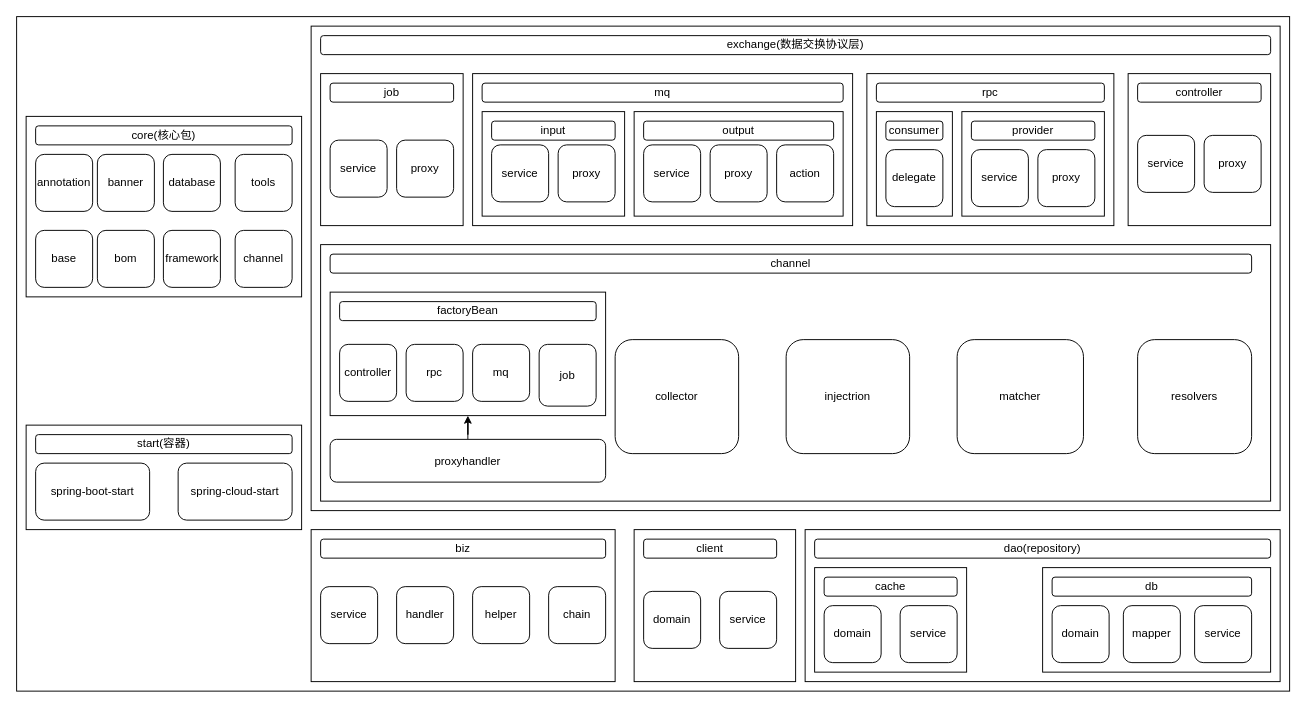
Before: 未命名绘图.drawio in stoneNyKing/design, a draw.io diagram. Source tidied: cells renumbered, new cells numbered last; positions are measured from the earlier drawing's top-left corner, leaving out a move shared by most shapes. Both pictures are drawn from the tidied source at 95%, with x=0, y=0 at pixel (16, 16).
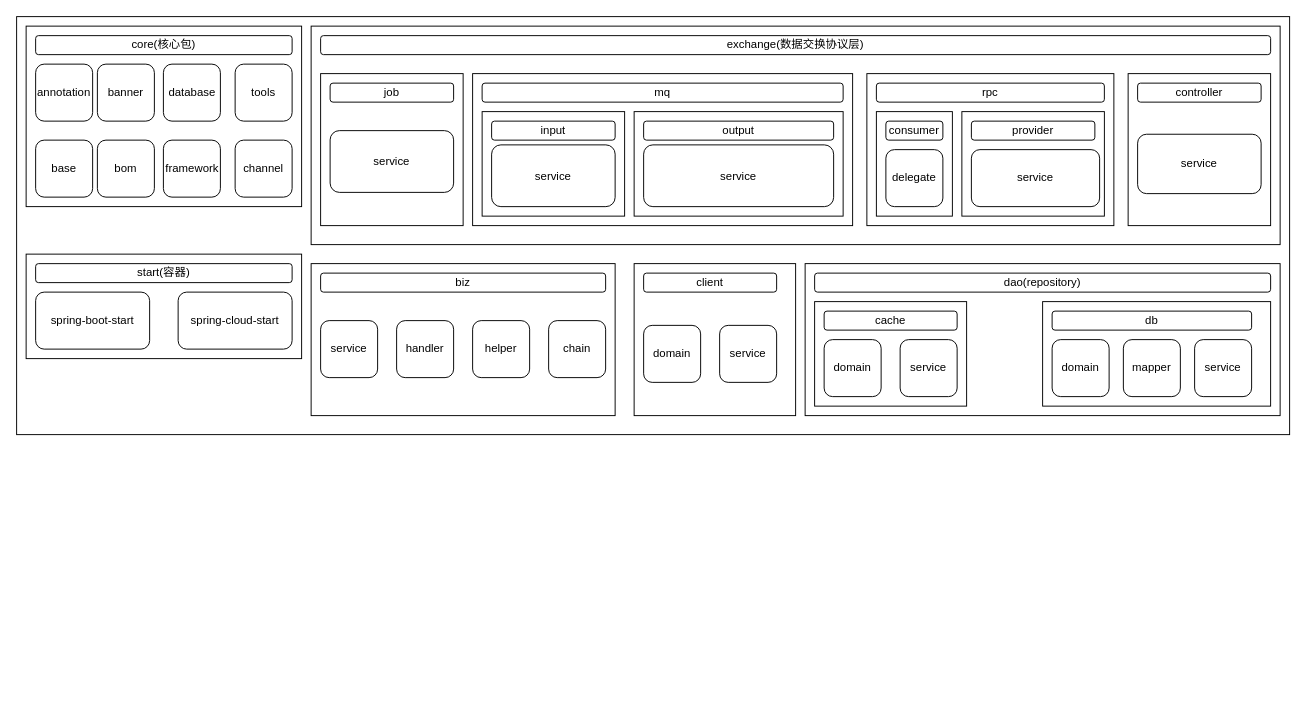
The same page after the edit.

Commit message:
更新未命名绘图.drawio

What changed in the source:
```diff
@@
     <mxCell id="2" style="whiteSpace=wrap;html=1;" parent="1" vertex="1">
-      <mxGeometry width="1340" height="710" as="geometry" />
+      <mxGeometry width="1340" height="440" as="geometry" />
     </mxCell>
     <mxCell id="3" style="rounded=0;whiteSpace=wrap;html=1;" parent="1" vertex="1">
-      <mxGeometry x="10" y="105" width="290" height="190" as="geometry" />
+      <mxGeometry x="10" y="10" width="290" height="190" as="geometry" />
     </mxCell>
     <mxCell id="4" value="core(核心包)" style="rounded=1;whiteSpace=wrap;html=1;" parent="1" vertex="1">
-      <mxGeometry x="20" y="115" width="270" height="20" as="geometry" />
+      <mxGeometry x="20" y="20" width="270" height="20" as="geometry" />
     </mxCell>
     <mxCell id="5" value="annotation" style="whiteSpace=wrap;html=1;rounded=1;" parent="1" vertex="1">
-      <mxGeometry x="20" y="145" width="60" height="60" as="geometry" />
+      <mxGeometry x="20" y="50" width="60" height="60" as="geometry" />
     </mxCell>
     <mxCell id="6" value="banner" style="whiteSpace=wrap;html=1;rounded=1;" parent="1" vertex="1">
-      <mxGeometry x="85" y="145" width="60" height="60" as="geometry" />
+      <mxGeometry x="85" y="50" width="60" height="60" as="geometry" />
     </mxCell>
     <mxCell id="7" value="database" style="whiteSpace=wrap;html=1;rounded=1;" parent="1" vertex="1">
-      <mxGeometry x="154.5" y="145" width="60" height="60" as="geometry" />
+      <mxGeometry x="154.5" y="50" width="60" height="60" as="geometry" />
     </mxCell>
     <mxCell id="8" value="tools" style="whiteSpace=wrap;html=1;rounded=1;" parent="1" vertex="1">
-      <mxGeometry x="230" y="145" width="60" height="60" as="geometry" />
+      <mxGeometry x="230" y="50" width="60" height="60" as="geometry" />
     </mxCell>
     <mxCell id="9" value="base" style="whiteSpace=wrap;html=1;rounded=1;" parent="1" vertex="1">
-      <mxGeometry x="20" y="225" width="60" height="60" as="geometry" />
+      <mxGeometry x="20" y="130" width="60" height="60" as="geometry" />
     </mxCell>
     <mxCell id="10" value="bom" style="whiteSpace=wrap;html=1;rounded=1;" parent="1" vertex="1">
-      <mxGeometry x="85" y="225" width="60" height="60" as="geometry" />
+      <mxGeometry x="85" y="130" width="60" height="60" as="geometry" />
     </mxCell>
     <mxCell id="11" value="framework" style="whiteSpace=wrap;html=1;rounded=1;" parent="1" vertex="1">
-      <mxGeometry x="154.5" y="225" width="60" height="60" as="geometry" />
+      <mxGeometry x="154.5" y="130" width="60" height="60" as="geometry" />
     </mxCell>
     <mxCell id="12" value="channel" style="whiteSpace=wrap;html=1;rounded=1;" parent="1" vertex="1">
-      <mxGeometry x="230" y="225" width="60" height="60" as="geometry" />
+      <mxGeometry x="230" y="130" width="60" height="60" as="geometry" />
     </mxCell>
     <mxCell id="13" style="rounded=0;whiteSpace=wrap;html=1;" parent="1" vertex="1">
-      <mxGeometry x="10" y="430" width="290" height="110" as="geometry" />
+      <mxGeometry x="10" y="250" width="290" height="110" as="geometry" />
     </mxCell>
     <mxCell id="14" value="start(容器)" style="rounded=1;whiteSpace=wrap;html=1;" parent="1" vertex="1">
-      <mxGeometry x="20" y="440" width="270" height="20" as="geometry" />
+      <mxGeometry x="20" y="260" width="270" height="20" as="geometry" />
     </mxCell>
     <mxCell id="15" value="spring-boot-start" style="rounded=1;whiteSpace=wrap;html=1;" parent="1" vertex="1">
-      <mxGeometry x="20" y="470" width="120" height="60" as="geometry" />
+      <mxGeometry x="20" y="290" width="120" height="60" as="geometry" />
     </mxCell>
     <mxCell id="16" value="spring-cloud-start" style="rounded=1;whiteSpace=wrap;html=1;" parent="1" vertex="1">
-      <mxGeometry x="170" y="470" width="120" height="60" as="geometry" />
+      <mxGeometry x="170" y="290" width="120" height="60" as="geometry" />
     </mxCell>
     <mxCell id="17" style="rounded=0;whiteSpace=wrap;html=1;" parent="1" vertex="1">
-      <mxGeometry x="310" y="540" width="320" height="160" as="geometry" />
+      <mxGeometry x="310" y="260" width="320" height="160" as="geometry" />
     </mxCell>
     <mxCell id="18" value="biz" style="rounded=1;whiteSpace=wrap;html=1;" parent="1" vertex="1">
-      <mxGeometry x="320" y="550" width="300" height="20" as="geometry" />
+      <mxGeometry x="320" y="270" width="300" height="20" as="geometry" />
     </mxCell>
     <mxCell id="19" value="service" style="rounded=1;whiteSpace=wrap;html=1;" parent="1" vertex="1">
-      <mxGeometry x="320" y="600" width="60" height="60" as="geometry" />
+      <mxGeometry x="320" y="320" width="60" height="60" as="geometry" />
     </mxCell>
     <mxCell id="20" value="handler" style="rounded=1;whiteSpace=wrap;html=1;" parent="1" vertex="1">
-      <mxGeometry x="400" y="600" width="60" height="60" as="geometry" />
+      <mxGeometry x="400" y="320" width="60" height="60" as="geometry" />
     </mxCell>
     <mxCell id="21" value="helper" style="rounded=1;whiteSpace=wrap;html=1;" parent="1" vertex="1">
-      <mxGeometry x="480" y="600" width="60" height="60" as="geometry" />
+      <mxGeometry x="480" y="320" width="60" height="60" as="geometry" />
     </mxCell>
     <mxCell id="22" value="chain" style="rounded=1;whiteSpace=wrap;html=1;" parent="1" vertex="1">
-      <mxGeometry x="560" y="600" width="60" height="60" as="geometry" />
+      <mxGeometry x="560" y="320" width="60" height="60" as="geometry" />
     </mxCell>
     <mxCell id="23" style="rounded=0;whiteSpace=wrap;html=1;" parent="1" vertex="1">
-      <mxGeometry x="650" y="540" width="170" height="160" as="geometry" />
+      <mxGeometry x="650" y="260" width="170" height="160" as="geometry" />
     </mxCell>
     <mxCell id="24" value="client" style="rounded=1;whiteSpace=wrap;html=1;" parent="1" vertex="1">
-      <mxGeometry x="660" y="550" width="140" height="20" as="geometry" />
+      <mxGeometry x="660" y="270" width="140" height="20" as="geometry" />
     </mxCell>
     <mxCell id="25" value="domain" style="rounded=1;whiteSpace=wrap;html=1;" parent="1" vertex="1">
-      <mxGeometry x="660" y="605" width="60" height="60" as="geometry" />
+      <mxGeometry x="660" y="325" width="60" height="60" as="geometry" />
     </mxCell>
     <mxCell id="26" value="service" style="rounded=1;whiteSpace=wrap;html=1;" parent="1" vertex="1">
-      <mxGeometry x="740" y="605" width="60" height="60" as="geometry" />
+      <mxGeometry x="740" y="325" width="60" height="60" as="geometry" />
     </mxCell>
     <mxCell id="27" style="rounded=0;whiteSpace=wrap;html=1;" parent="1" vertex="1">
-      <mxGeometry x="830" y="540" width="500" height="160" as="geometry" />
+      <mxGeometry x="830" y="260" width="500" height="160" as="geometry" />
     </mxCell>
     <mxCell id="28" value="dao(repository)" style="rounded=1;whiteSpace=wrap;html=1;" parent="1" vertex="1">
-      <mxGeometry x="840" y="550" width="480" height="20" as="geometry" />
+      <mxGeometry x="840" y="270" width="480" height="20" as="geometry" />
     </mxCell>
     <mxCell id="29" style="rounded=0;whiteSpace=wrap;html=1;" parent="1" vertex="1">
-      <mxGeometry x="840" y="580" width="160" height="110" as="geometry" />
+      <mxGeometry x="840" y="300" width="160" height="110" as="geometry" />
     </mxCell>
     <mxCell id="30" value="cache" style="rounded=1;whiteSpace=wrap;html=1;" parent="1" vertex="1">
-      <mxGeometry x="850" y="590" width="140" height="20" as="geometry" />
+      <mxGeometry x="850" y="310" width="140" height="20" as="geometry" />
     </mxCell>
     <mxCell id="31" style="rounded=0;whiteSpace=wrap;html=1;" parent="1" vertex="1">
-      <mxGeometry x="1080" y="580" width="240" height="110" as="geometry" />
+      <mxGeometry x="1080" y="300" width="240" height="110" as="geometry" />
     </mxCell>
     <mxCell id="32" value="domain" style="rounded=1;whiteSpace=wrap;html=1;" parent="1" vertex="1">
-      <mxGeometry x="850" y="620" width="60" height="60" as="geometry" />
+      <mxGeometry x="850" y="340" width="60" height="60" as="geometry" />
     </mxCell>
     <mxCell id="33" value="service" style="rounded=1;whiteSpace=wrap;html=1;" parent="1" vertex="1">
-      <mxGeometry x="930" y="620" width="60" height="60" as="geometry" />
+      <mxGeometry x="930" y="340" width="60" height="60" as="geometry" />
     </mxCell>
     <mxCell id="34" value="db" style="rounded=1;whiteSpace=wrap;html=1;" parent="1" vertex="1">
-      <mxGeometry x="1090" y="590" width="210" height="20" as="geometry" />
+      <mxGeometry x="1090" y="310" width="210" height="20" as="geometry" />
     </mxCell>
     <mxCell id="35" value="domain" style="rounded=1;whiteSpace=wrap;html=1;" parent="1" vertex="1">
-      <mxGeometry x="1090" y="620" width="60" height="60" as="geometry" />
+      <mxGeometry x="1090" y="340" width="60" height="60" as="geometry" />
     </mxCell>
     <mxCell id="36" value="mapper" style="rounded=1;whiteSpace=wrap;html=1;" parent="1" vertex="1">
-      <mxGeometry x="1165" y="620" width="60" height="60" as="geometry" />
+      <mxGeometry x="1165" y="340" width="60" height="60" as="geometry" />
     </mxCell>
     <mxCell id="37" value="service" style="rounded=1;whiteSpace=wrap;html=1;" parent="1" vertex="1">
-      <mxGeometry x="1240" y="620" width="60" height="60" as="geometry" />
+      <mxGeometry x="1240" y="340" width="60" height="60" as="geometry" />
     </mxCell>
     <mxCell id="38" style="rounded=0;whiteSpace=wrap;html=1;" parent="1" vertex="1">
-      <mxGeometry x="310" y="10" width="1020" height="510" as="geometry" />
+      <mxGeometry x="310" y="10" width="1020" height="230" as="geometry" />
     </mxCell>
@@
     <mxCell id="48" value="service" style="rounded=1;whiteSpace=wrap;html=1;" parent="1" vertex="1">
-      <mxGeometry x="1005" y="140" width="60" height="60" as="geometry" />
+      <mxGeometry x="1005" y="140" width="135" height="60" as="geometry" />
     </mxCell>
-    <mxCell id="49" value="proxy" style="rounded=1;whiteSpace=wrap;html=1;" parent="1" vertex="1">
-      <mxGeometry x="1075" y="140" width="60" height="60" as="geometry" />
-    </mxCell>
@@
     <mxCell id="53" value="service" style="rounded=1;whiteSpace=wrap;html=1;" parent="1" vertex="1">
-      <mxGeometry x="330" y="130" width="60" height="60" as="geometry" />
+      <mxGeometry x="330" y="120" width="130" height="65" as="geometry" />
     </mxCell>
-    <mxCell id="54" value="proxy" style="rounded=1;whiteSpace=wrap;html=1;" parent="1" vertex="1">
-      <mxGeometry x="400" y="130" width="60" height="60" as="geometry" />
-    </mxCell>
@@
     <mxCell id="57" value="service" style="rounded=1;whiteSpace=wrap;html=1;" parent="1" vertex="1">
-      <mxGeometry x="500" y="135" width="60" height="60" as="geometry" />
+      <mxGeometry x="500" y="135" width="130" height="65" as="geometry" />
     </mxCell>
-    <mxCell id="58" value="proxy" style="rounded=1;whiteSpace=wrap;html=1;" parent="1" vertex="1">
-      <mxGeometry x="570" y="135" width="60" height="60" as="geometry" />
-    </mxCell>
@@
     <mxCell id="61" value="service" style="rounded=1;whiteSpace=wrap;html=1;" parent="1" vertex="1">
-      <mxGeometry x="660" y="135" width="60" height="60" as="geometry" />
+      <mxGeometry x="660" y="135" width="200" height="65" as="geometry" />
     </mxCell>
-    <mxCell id="62" value="proxy" style="rounded=1;whiteSpace=wrap;html=1;" parent="1" vertex="1">
-      <mxGeometry x="730" y="135" width="60" height="60" as="geometry" />
-    </mxCell>
-    <mxCell id="63" value="action" style="rounded=1;whiteSpace=wrap;html=1;" parent="1" vertex="1">
-      <mxGeometry x="800" y="135" width="60" height="60" as="geometry" />
-    </mxCell>
@@
     <mxCell id="66" value="service" style="rounded=1;whiteSpace=wrap;html=1;" parent="1" vertex="1">
-      <mxGeometry x="1180" y="125" width="60" height="60" as="geometry" />
+      <mxGeometry x="1180" y="123.8" width="130" height="62.5" as="geometry" />
     </mxCell>
-    <mxCell id="67" value="proxy" style="rounded=1;whiteSpace=wrap;html=1;" parent="1" vertex="1">
-      <mxGeometry x="1250" y="125" width="60" height="60" as="geometry" />
-    </mxCell>
-    <mxCell id="68" style="rounded=0;whiteSpace=wrap;html=1;" parent="1" vertex="1">
-      <mxGeometry x="320" y="240" width="1000" height="270" as="geometry" />
-    </mxCell>
-    <mxCell id="69" value="channel" style="rounded=1;whiteSpace=wrap;html=1;" parent="1" vertex="1">
-      <mxGeometry x="330" y="250" width="970" height="20" as="geometry" />
-    </mxCell>
-    <mxCell id="70" value="collector" style="rounded=1;whiteSpace=wrap;html=1;" parent="1" vertex="1">
-      <mxGeometry x="630" y="340" width="130" height="120" as="geometry" />
-    </mxCell>
-    <mxCell id="71" value="injectrion" style="rounded=1;whiteSpace=wrap;html=1;" parent="1" vertex="1">
-      <mxGeometry x="810" y="340" width="130" height="120" as="geometry" />
-    </mxCell>
-    <mxCell id="72" value="matcher" style="rounded=1;whiteSpace=wrap;html=1;" parent="1" vertex="1">
-      <mxGeometry x="990" y="340" width="133" height="120" as="geometry" />
-    </mxCell>
-    <mxCell id="73" value="resolvers" style="rounded=1;whiteSpace=wrap;html=1;" parent="1" vertex="1">
-      <mxGeometry x="1180" y="340" width="120" height="120" as="geometry" />
-    </mxCell>
-    <mxCell id="74" style="rounded=0;whiteSpace=wrap;html=1;" parent="1" vertex="1">
-      <mxGeometry x="330" y="290" width="290" height="130" as="geometry" />
-    </mxCell>
-    <mxCell id="75" value="factoryBean" style="rounded=1;whiteSpace=wrap;html=1;" parent="1" vertex="1">
-      <mxGeometry x="340" y="300" width="270" height="20" as="geometry" />
-    </mxCell>
-    <mxCell id="76" value="controller" style="rounded=1;whiteSpace=wrap;html=1;" parent="1" vertex="1">
-      <mxGeometry x="340" y="345" width="60" height="60" as="geometry" />
-    </mxCell>
-    <mxCell id="77" value="rpc" style="rounded=1;whiteSpace=wrap;html=1;" parent="1" vertex="1">
-      <mxGeometry x="410" y="345" width="60" height="60" as="geometry" />
-    </mxCell>
-    <mxCell id="78" value="mq" style="rounded=1;whiteSpace=wrap;html=1;" parent="1" vertex="1">
-      <mxGeometry x="480" y="345" width="60" height="60" as="geometry" />
-    </mxCell>
-    <mxCell id="79" value="job" style="rounded=1;whiteSpace=wrap;html=1;" parent="1" vertex="1">
-      <mxGeometry x="550" y="345" width="60" height="65" as="geometry" />
-    </mxCell>
-    <mxCell id="80" style="edgeStyle=orthogonalEdgeStyle;rounded=0;jettySize=auto;html=1;entryX=0.5;entryY=1;entryDx=0;entryDy=0;" parent="1" edge="1" source="81" target="74">
-      <mxGeometry relative="1" as="geometry" />
-    </mxCell>
-    <mxCell id="81" value="proxyhandler" style="rounded=1;whiteSpace=wrap;html=1;" parent="1" vertex="1">
-      <mxGeometry x="330" y="445" width="290" height="45" as="geometry" />
-    </mxCell>
```
